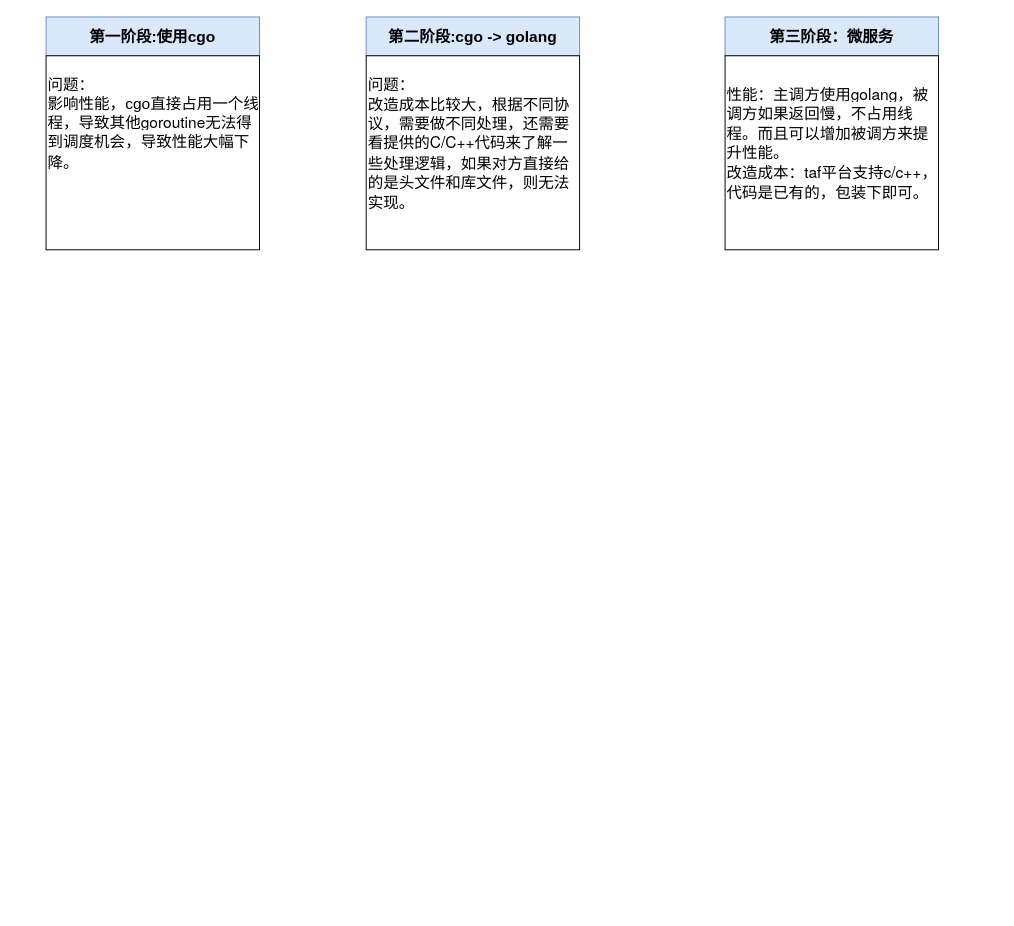
This is cgo问题_20190902.drawio from SaturnRings/draw, a draw.io file, before an edit. Source tidied: cells renumbered, new cells numbered last; positions are measured from the earlier drawing's top-left corner, leaving out a move shared by most shapes. Both pictures are drawn from the tidied source at 97%, with x=0, y=0 at pixel (46, 16).
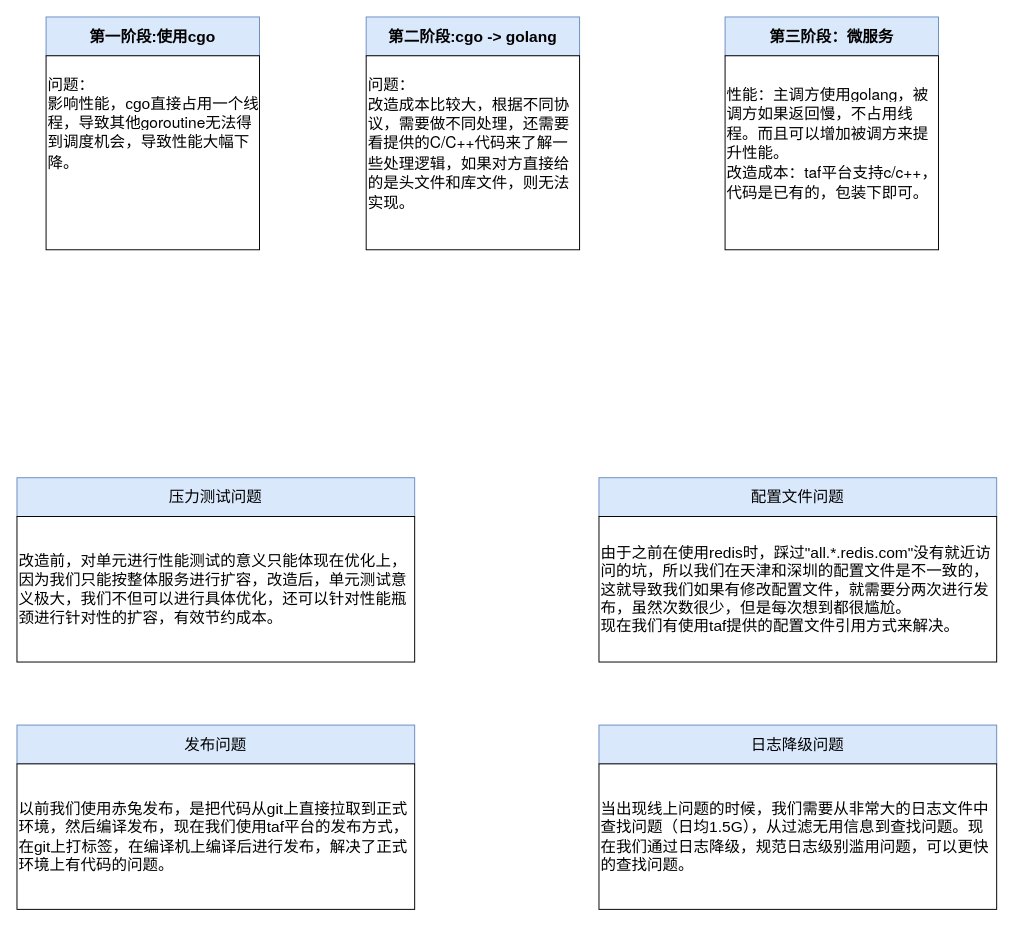
The same page after the edit.

The edit, as a diff of the source:
```diff
@@
 <mxGraphModel>
   <root>
     <mxCell id="0" />
     <mxCell id="1" parent="0" />
     <mxCell id="2" value="第一阶段:使用cgo" style="rounded=0;whiteSpace=wrap;html=1;fillColor=#dae8fc;strokeColor=#6c8ebf;fontSize=16;fontStyle=1;" parent="1" vertex="1">
       <mxGeometry width="220" height="40" as="geometry" />
     </mxCell>
     <mxCell id="3" value="问题：&lt;br&gt;影响性能，cgo直接占用一个线程，导致其他&lt;span style=&quot;font-family: &amp;#34;helvetica neue&amp;#34; , &amp;#34;luxi sans&amp;#34; , &amp;#34;dejavu sans&amp;#34; , &amp;#34;tahoma&amp;#34; , &amp;#34;hiragino sans gb&amp;#34; , &amp;#34;microsoft yahei&amp;#34; , sans-serif ; font-size: 16px ; background-color: rgb(255 , 255 , 255)&quot;&gt;goroutine无法得到调度机会，导致性能大幅下降。&lt;br&gt;&lt;br&gt;&lt;br&gt;&lt;br style=&quot;font-size: 16px&quot;&gt;&lt;/span&gt;" style="rounded=0;whiteSpace=wrap;html=1;fontSize=16;align=left;" parent="1" vertex="1">
       <mxGeometry y="40" width="220" height="200" as="geometry" />
     </mxCell>
     <mxCell id="4" value="第二阶段:cgo -&amp;gt; golang" style="rounded=0;whiteSpace=wrap;html=1;fillColor=#dae8fc;strokeColor=#6c8ebf;fontSize=16;fontStyle=1;" parent="1" vertex="1">
       <mxGeometry x="330" width="220" height="40" as="geometry" />
     </mxCell>
     <mxCell id="5" value="&lt;span style=&quot;font-family: &amp;#34;helvetica neue&amp;#34; , &amp;#34;luxi sans&amp;#34; , &amp;#34;dejavu sans&amp;#34; , &amp;#34;tahoma&amp;#34; , &amp;#34;hiragino sans gb&amp;#34; , &amp;#34;microsoft yahei&amp;#34; , sans-serif ; font-size: 16px ; background-color: rgb(255 , 255 , 255)&quot;&gt;问题：&lt;br&gt;改造成本比较大，根据不同协议，需要做不同处理，还需要看提供的C/C++代码来了解一些处理逻辑，如果对方直接给的是头文件和库文件，则无法实现。&lt;br&gt;&lt;br style=&quot;font-size: 16px&quot;&gt;&lt;/span&gt;" style="rounded=0;whiteSpace=wrap;html=1;fontSize=16;align=left;" parent="1" vertex="1">
       <mxGeometry x="330" y="40" width="220" height="200" as="geometry" />
     </mxCell>
     <mxCell id="6" value="第三阶段：微服务" style="rounded=0;whiteSpace=wrap;html=1;fillColor=#dae8fc;strokeColor=#6c8ebf;fontSize=16;fontStyle=1;" parent="1" vertex="1">
       <mxGeometry x="700" width="220" height="40" as="geometry" />
     </mxCell>
     <mxCell id="7" value="&lt;span style=&quot;font-family: &amp;#34;helvetica neue&amp;#34; , &amp;#34;luxi sans&amp;#34; , &amp;#34;dejavu sans&amp;#34; , &amp;#34;tahoma&amp;#34; , &amp;#34;hiragino sans gb&amp;#34; , &amp;#34;microsoft yahei&amp;#34; , sans-serif ; font-size: 16px ; background-color: rgb(255 , 255 , 255)&quot;&gt;性能：主调方使用golang，被调方如果返回慢，不占用线程。而且可以增加被调方来提升性能。&lt;br&gt;改造成本：taf平台支持c/c++，代码是已有的，包装下即可。&lt;br&gt;&lt;br style=&quot;font-size: 16px&quot;&gt;&lt;/span&gt;" style="rounded=0;whiteSpace=wrap;html=1;fontSize=16;align=left;" parent="1" vertex="1">
       <mxGeometry x="700" y="40" width="220" height="200" as="geometry" />
     </mxCell>
+    <mxCell id="8" value="压力测试问题" style="rounded=0;whiteSpace=wrap;html=1;fontSize=16;align=center;fillColor=#dae8fc;strokeColor=#6c8ebf;" parent="1" vertex="1">
+      <mxGeometry x="-30" y="475" width="410" height="40" as="geometry" />
+    </mxCell>
+    <mxCell id="9" value="改造前，对单元进行性能测试的意义只能体现在优化上，因为我们只能按整体服务进行扩容，改造后，单元测试意义极大，我们不但可以进行具体优化，还可以针对性能瓶颈进行针对性的扩容，有效节约成本。" style="rounded=0;whiteSpace=wrap;html=1;fontSize=16;align=left;" parent="1" vertex="1">
+      <mxGeometry x="-30" y="515" width="410" height="150" as="geometry" />
+    </mxCell>
+    <mxCell id="10" value="配置文件问题" style="rounded=0;whiteSpace=wrap;html=1;fontSize=16;align=center;fillColor=#dae8fc;strokeColor=#6c8ebf;" parent="1" vertex="1">
+      <mxGeometry x="570" y="475" width="410" height="40" as="geometry" />
+    </mxCell>
+    <mxCell id="11" value="由于之前在使用redis时，踩过&quot;all.*.redis.com&quot;没有就近访问的坑，所以我们在天津和深圳的配置文件是不一致的，这就导致我们如果有修改配置文件，就需要分两次进行发布，虽然次数很少，但是每次想到都很尴尬。&lt;br&gt;现在我们有使用taf提供的配置文件引用方式来解决。" style="rounded=0;whiteSpace=wrap;html=1;fontSize=16;align=left;" parent="1" vertex="1">
+      <mxGeometry x="570" y="515" width="410" height="150" as="geometry" />
+    </mxCell>
+    <mxCell id="12" value="发布问题" style="rounded=0;whiteSpace=wrap;html=1;fontSize=16;align=center;fillColor=#dae8fc;strokeColor=#6c8ebf;" parent="1" vertex="1">
+      <mxGeometry x="-30" y="730" width="410" height="40" as="geometry" />
+    </mxCell>
+    <mxCell id="13" value="以前我们使用赤兔发布，是把代码从git上直接拉取到正式环境，然后编译发布，现在我们使用taf平台的发布方式，在git上打标签，在编译机上编译后进行发布，解决了正式环境上有代码的问题。" style="rounded=0;whiteSpace=wrap;html=1;fontSize=16;align=left;" parent="1" vertex="1">
+      <mxGeometry x="-30" y="770" width="410" height="150" as="geometry" />
+    </mxCell>
+    <mxCell id="14" value="日志降级问题" style="rounded=0;whiteSpace=wrap;html=1;fontSize=16;align=center;fillColor=#dae8fc;strokeColor=#6c8ebf;" parent="1" vertex="1">
+      <mxGeometry x="570" y="730" width="410" height="40" as="geometry" />
+    </mxCell>
+    <mxCell id="15" value="当出现线上问题的时候，我们需要从非常大的日志文件中查找问题（日均1.5G），从过滤无用信息到查找问题。现在我们通过日志降级，规范日志级别滥用问题，可以更快的查找问题。" style="rounded=0;whiteSpace=wrap;html=1;fontSize=16;align=left;" parent="1" vertex="1">
+      <mxGeometry x="570" y="770" width="410" height="150" as="geometry" />
+    </mxCell>
   </root>
 </mxGraphModel>
```
